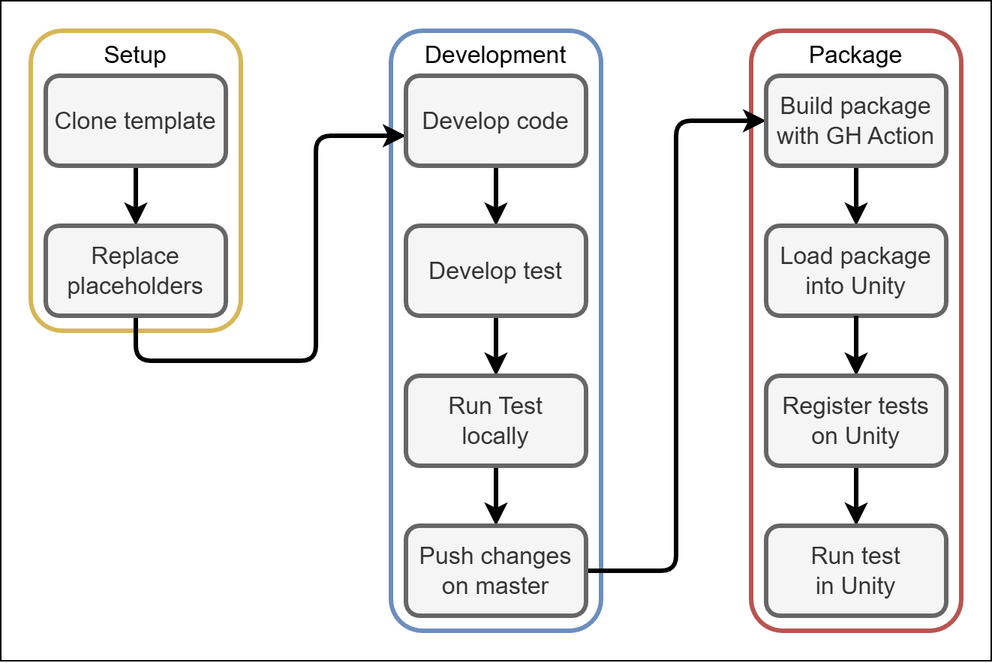
Earlier version of the draw.io export img/workflow.png (MCallagher/unity-upm-package-template). Source tidied: cells renumbered, new cells last; positions are measured from the earlier drawing's top-left corner, leaving out a move shared by most shapes. Its diagram source:
```xml
<mxGraphModel>
  <root>
    <mxCell id="0" />
    <mxCell id="1" parent="0" />
    <mxCell id="2" value="m" style="whiteSpace=wrap;html=1;" parent="1" vertex="1">
      <mxGeometry width="660" height="440" as="geometry" />
    </mxCell>
    <mxCell id="3" value="Package" style="rounded=1;whiteSpace=wrap;html=1;strokeWidth=3;fillColor=default;strokeColor=#b85450;fontSize=16;verticalAlign=top;" parent="1" vertex="1">
      <mxGeometry x="500" y="20" width="140" height="400" as="geometry" />
    </mxCell>
    <mxCell id="4" value="Development" style="rounded=1;whiteSpace=wrap;html=1;strokeWidth=3;fillColor=default;strokeColor=#6c8ebf;fontSize=16;verticalAlign=top;" parent="1" vertex="1">
      <mxGeometry x="260" y="20" width="140" height="400" as="geometry" />
    </mxCell>
    <mxCell id="5" value="Setup" style="rounded=1;whiteSpace=wrap;html=1;strokeWidth=3;fillColor=default;strokeColor=#d6b656;fontSize=16;verticalAlign=top;" parent="1" vertex="1">
      <mxGeometry x="20" y="20" width="140" height="200" as="geometry" />
    </mxCell>
    <mxCell id="6" style="edgeStyle=orthogonalEdgeStyle;html=1;strokeWidth=3;" parent="1" edge="1" source="7" target="9">
      <mxGeometry relative="1" as="geometry" />
    </mxCell>
    <mxCell id="7" value="Clone template" style="rounded=1;whiteSpace=wrap;html=1;strokeWidth=3;fillColor=#f5f5f5;fontColor=#333333;strokeColor=#666666;fontSize=16;" parent="1" vertex="1">
      <mxGeometry x="30" y="50" width="120" height="60" as="geometry" />
    </mxCell>
    <mxCell id="8" style="edgeStyle=orthogonalEdgeStyle;html=1;strokeWidth=3;" parent="1" edge="1" source="9" target="11">
      <mxGeometry relative="1" as="geometry">
        <Array as="points">
          <mxPoint x="90" y="240" />
          <mxPoint x="210" y="240" />
          <mxPoint x="210" y="90" />
        </Array>
      </mxGeometry>
    </mxCell>
    <mxCell id="9" value="Replace placeholders" style="rounded=1;whiteSpace=wrap;html=1;strokeWidth=3;fillColor=#f5f5f5;fontColor=#333333;strokeColor=#666666;fontSize=16;" parent="1" vertex="1">
      <mxGeometry x="30" y="150" width="120" height="60" as="geometry" />
    </mxCell>
    <mxCell id="10" style="edgeStyle=orthogonalEdgeStyle;html=1;strokeWidth=3;" parent="1" edge="1" source="11" target="13">
      <mxGeometry relative="1" as="geometry" />
    </mxCell>
    <mxCell id="11" value="Develop code" style="rounded=1;whiteSpace=wrap;html=1;strokeWidth=3;fillColor=#f5f5f5;fontColor=#333333;strokeColor=#666666;fontSize=16;" parent="1" vertex="1">
      <mxGeometry x="270" y="50" width="120" height="60" as="geometry" />
    </mxCell>
    <mxCell id="12" style="edgeStyle=orthogonalEdgeStyle;html=1;strokeWidth=3;" parent="1" edge="1" source="13" target="15">
      <mxGeometry relative="1" as="geometry" />
    </mxCell>
    <mxCell id="13" value="Develop test" style="rounded=1;whiteSpace=wrap;html=1;strokeWidth=3;fillColor=#f5f5f5;fontColor=#333333;strokeColor=#666666;fontSize=16;" parent="1" vertex="1">
      <mxGeometry x="270" y="150" width="120" height="60" as="geometry" />
    </mxCell>
    <mxCell id="14" style="edgeStyle=orthogonalEdgeStyle;html=1;strokeWidth=3;" parent="1" edge="1" source="15" target="17">
      <mxGeometry relative="1" as="geometry" />
    </mxCell>
    <mxCell id="15" value="Run Test&lt;div&gt;locally&lt;/div&gt;" style="rounded=1;whiteSpace=wrap;html=1;strokeWidth=3;fillColor=#f5f5f5;fontColor=#333333;strokeColor=#666666;fontSize=16;" parent="1" vertex="1">
      <mxGeometry x="270" y="250" width="120" height="60" as="geometry" />
    </mxCell>
    <mxCell id="16" style="edgeStyle=orthogonalEdgeStyle;html=1;strokeWidth=3;" parent="1" edge="1" source="17" target="19">
      <mxGeometry relative="1" as="geometry">
        <Array as="points">
          <mxPoint x="450" y="380" />
          <mxPoint x="450" y="80" />
        </Array>
      </mxGeometry>
    </mxCell>
    <mxCell id="17" value="Push changes on master" style="rounded=1;whiteSpace=wrap;html=1;strokeWidth=3;fillColor=#f5f5f5;fontColor=#333333;strokeColor=#666666;fontSize=16;" parent="1" vertex="1">
      <mxGeometry x="270" y="350" width="120" height="60" as="geometry" />
    </mxCell>
    <mxCell id="18" style="edgeStyle=orthogonalEdgeStyle;html=1;strokeWidth=3;" parent="1" edge="1" source="19" target="21">
      <mxGeometry relative="1" as="geometry" />
    </mxCell>
    <mxCell id="19" value="Build package with GH Action" style="rounded=1;whiteSpace=wrap;html=1;strokeWidth=3;fillColor=#f5f5f5;fontColor=#333333;strokeColor=#666666;fontSize=16;" parent="1" vertex="1">
      <mxGeometry x="510" y="50" width="120" height="60" as="geometry" />
    </mxCell>
    <mxCell id="20" style="edgeStyle=orthogonalEdgeStyle;html=1;strokeWidth=3;" parent="1" edge="1" source="24" target="22">
      <mxGeometry relative="1" as="geometry" />
    </mxCell>
    <mxCell id="21" value="Load package into Unity" style="rounded=1;whiteSpace=wrap;html=1;strokeWidth=3;fillColor=#f5f5f5;fontColor=#333333;strokeColor=#666666;fontSize=16;" parent="1" vertex="1">
      <mxGeometry x="510" y="150" width="120" height="60" as="geometry" />
    </mxCell>
    <mxCell id="22" value="Run test&lt;div&gt;in Unity&lt;/div&gt;" style="rounded=1;whiteSpace=wrap;html=1;strokeWidth=3;fillColor=#f5f5f5;fontColor=#333333;strokeColor=#666666;fontSize=16;" parent="1" vertex="1">
      <mxGeometry x="510" y="350" width="120" height="60" as="geometry" />
    </mxCell>
    <mxCell id="23" style="edgeStyle=orthogonalEdgeStyle;html=1;strokeWidth=3;" parent="1" edge="1" source="21" target="24">
      <mxGeometry relative="1" as="geometry" />
    </mxCell>
    <mxCell id="24" value="Register tests on Unity" style="rounded=1;whiteSpace=wrap;html=1;strokeWidth=3;fillColor=#f5f5f5;fontColor=#333333;strokeColor=#666666;fontSize=16;" parent="1" vertex="1">
      <mxGeometry x="510" y="250" width="120" height="60" as="geometry" />
    </mxCell>
  </root>
</mxGraphModel>
```
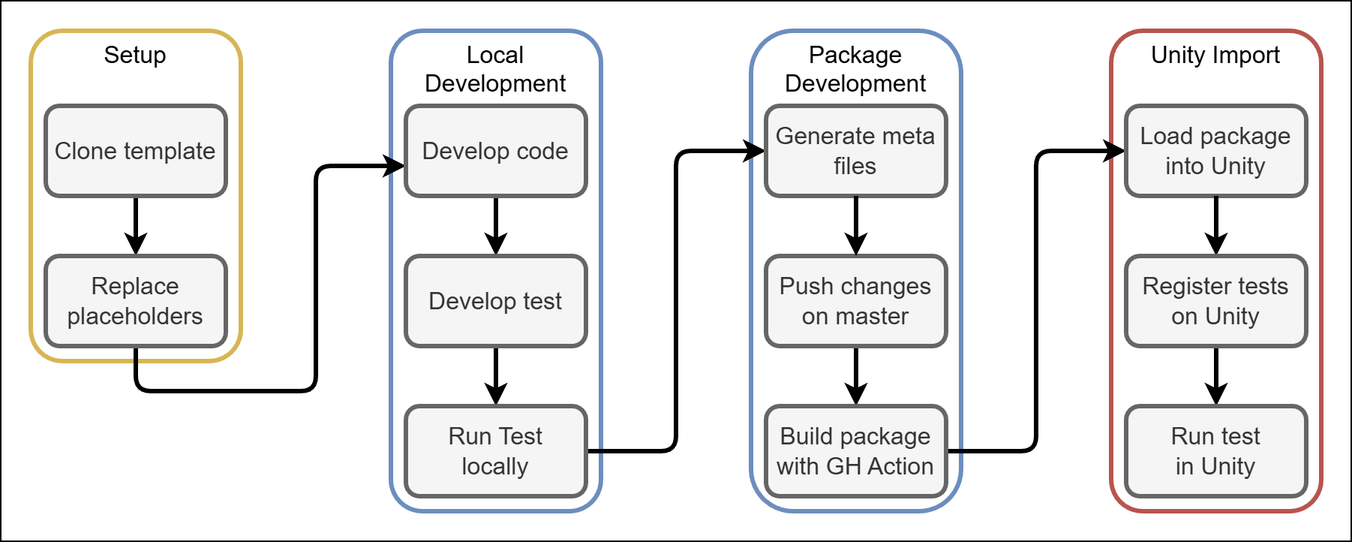
The same diagram one commit later.

Commit message:
Add meta file creation to docs

Diff of the diagram source:
```diff
@@ -2,85 +2,99 @@
   <root>
     <mxCell id="0" />
     <mxCell id="1" parent="0" />
-    <mxCell id="2" value="m" style="whiteSpace=wrap;html=1;" parent="1" vertex="1">
-      <mxGeometry width="660" height="440" as="geometry" />
+    <mxCell id="2" style="whiteSpace=wrap;html=1;" parent="1" vertex="1">
+      <mxGeometry width="900" height="360" as="geometry" />
     </mxCell>
+    <mxCell id="25" value="Package Development" style="rounded=1;whiteSpace=wrap;html=1;strokeWidth=3;fillColor=default;strokeColor=#6c8ebf;fontSize=16;verticalAlign=top;arcSize=20;" parent="1" vertex="1">
+      <mxGeometry x="500" y="20" width="140" height="320" as="geometry" />
+    </mxCell>
-    <mxCell id="3" value="Package" style="rounded=1;whiteSpace=wrap;html=1;strokeWidth=3;fillColor=default;strokeColor=#b85450;fontSize=16;verticalAlign=top;" parent="1" vertex="1">
-      <mxGeometry x="500" y="20" width="140" height="400" as="geometry" />
+    <mxCell id="3" value="Unity Import" style="rounded=1;whiteSpace=wrap;html=1;strokeWidth=3;fillColor=default;strokeColor=#b85450;fontSize=16;verticalAlign=top;" parent="1" vertex="1">
+      <mxGeometry x="740" y="20" width="140" height="320" as="geometry" />
     </mxCell>
-    <mxCell id="4" value="Development" style="rounded=1;whiteSpace=wrap;html=1;strokeWidth=3;fillColor=default;strokeColor=#6c8ebf;fontSize=16;verticalAlign=top;" parent="1" vertex="1">
-      <mxGeometry x="260" y="20" width="140" height="400" as="geometry" />
+    <mxCell id="4" value="&amp;nbsp;Local&amp;nbsp; Development" style="rounded=1;whiteSpace=wrap;html=1;strokeWidth=3;fillColor=default;strokeColor=#6c8ebf;fontSize=16;verticalAlign=top;" parent="1" vertex="1">
+      <mxGeometry x="260" y="20" width="140" height="320" as="geometry" />
     </mxCell>
     <mxCell id="5" value="Setup" style="rounded=1;whiteSpace=wrap;html=1;strokeWidth=3;fillColor=default;strokeColor=#d6b656;fontSize=16;verticalAlign=top;" parent="1" vertex="1">
-      <mxGeometry x="20" y="20" width="140" height="200" as="geometry" />
+      <mxGeometry x="20" y="20" width="140" height="220" as="geometry" />
     </mxCell>
     <mxCell id="6" style="edgeStyle=orthogonalEdgeStyle;html=1;strokeWidth=3;" parent="1" edge="1" source="7" target="9">
       <mxGeometry relative="1" as="geometry" />
     </mxCell>
     <mxCell id="7" value="Clone template" style="rounded=1;whiteSpace=wrap;html=1;strokeWidth=3;fillColor=#f5f5f5;fontColor=#333333;strokeColor=#666666;fontSize=16;" parent="1" vertex="1">
-      <mxGeometry x="30" y="50" width="120" height="60" as="geometry" />
+      <mxGeometry x="30" y="70" width="120" height="60" as="geometry" />
     </mxCell>
     <mxCell id="8" style="edgeStyle=orthogonalEdgeStyle;html=1;strokeWidth=3;" parent="1" edge="1" source="9" target="11">
       <mxGeometry relative="1" as="geometry">
         <Array as="points">
-          <mxPoint x="90" y="240" />
-          <mxPoint x="210" y="240" />
-          <mxPoint x="210" y="90" />
+          <mxPoint x="90" y="260" />
+          <mxPoint x="210" y="260" />
+          <mxPoint x="210" y="110" />
         </Array>
       </mxGeometry>
     </mxCell>
     <mxCell id="9" value="Replace placeholders" style="rounded=1;whiteSpace=wrap;html=1;strokeWidth=3;fillColor=#f5f5f5;fontColor=#333333;strokeColor=#666666;fontSize=16;" parent="1" vertex="1">
-      <mxGeometry x="30" y="150" width="120" height="60" as="geometry" />
+      <mxGeometry x="30" y="170" width="120" height="60" as="geometry" />
     </mxCell>
     <mxCell id="10" style="edgeStyle=orthogonalEdgeStyle;html=1;strokeWidth=3;" parent="1" edge="1" source="11" target="13">
       <mxGeometry relative="1" as="geometry" />
     </mxCell>
     <mxCell id="11" value="Develop code" style="rounded=1;whiteSpace=wrap;html=1;strokeWidth=3;fillColor=#f5f5f5;fontColor=#333333;strokeColor=#666666;fontSize=16;" parent="1" vertex="1">
-      <mxGeometry x="270" y="50" width="120" height="60" as="geometry" />
+      <mxGeometry x="270" y="70" width="120" height="60" as="geometry" />
     </mxCell>
     <mxCell id="12" style="edgeStyle=orthogonalEdgeStyle;html=1;strokeWidth=3;" parent="1" edge="1" source="13" target="15">
       <mxGeometry relative="1" as="geometry" />
     </mxCell>
     <mxCell id="13" value="Develop test" style="rounded=1;whiteSpace=wrap;html=1;strokeWidth=3;fillColor=#f5f5f5;fontColor=#333333;strokeColor=#666666;fontSize=16;" parent="1" vertex="1">
-      <mxGeometry x="270" y="150" width="120" height="60" as="geometry" />
+      <mxGeometry x="270" y="170" width="120" height="60" as="geometry" />
     </mxCell>
-    <mxCell id="14" style="edgeStyle=orthogonalEdgeStyle;html=1;strokeWidth=3;" parent="1" edge="1" source="15" target="17">
-      <mxGeometry relative="1" as="geometry" />
+    <mxCell id="14" style="edgeStyle=orthogonalEdgeStyle;html=1;strokeWidth=3;" parent="1" edge="1" source="15" target="26">
+      <mxGeometry relative="1" as="geometry">
+        <Array as="points">
+          <mxPoint x="450" y="300" />
+          <mxPoint x="450" y="100" />
+        </Array>
+      </mxGeometry>
     </mxCell>
     <mxCell id="15" value="Run Test&lt;div&gt;locally&lt;/div&gt;" style="rounded=1;whiteSpace=wrap;html=1;strokeWidth=3;fillColor=#f5f5f5;fontColor=#333333;strokeColor=#666666;fontSize=16;" parent="1" vertex="1">
-      <mxGeometry x="270" y="250" width="120" height="60" as="geometry" />
+      <mxGeometry x="270" y="270" width="120" height="60" as="geometry" />
     </mxCell>
     <mxCell id="16" style="edgeStyle=orthogonalEdgeStyle;html=1;strokeWidth=3;" parent="1" edge="1" source="17" target="19">
-      <mxGeometry relative="1" as="geometry">
-        <Array as="points">
-          <mxPoint x="450" y="380" />
-          <mxPoint x="450" y="80" />
-        </Array>
-      </mxGeometry>
+      <mxGeometry relative="1" as="geometry" />
     </mxCell>
     <mxCell id="17" value="Push changes on master" style="rounded=1;whiteSpace=wrap;html=1;strokeWidth=3;fillColor=#f5f5f5;fontColor=#333333;strokeColor=#666666;fontSize=16;" parent="1" vertex="1">
-      <mxGeometry x="270" y="350" width="120" height="60" as="geometry" />
+      <mxGeometry x="510" y="170" width="120" height="60" as="geometry" />
     </mxCell>
     <mxCell id="18" style="edgeStyle=orthogonalEdgeStyle;html=1;strokeWidth=3;" parent="1" edge="1" source="19" target="21">
-      <mxGeometry relative="1" as="geometry" />
+      <mxGeometry relative="1" as="geometry">
+        <Array as="points">
+          <mxPoint x="690" y="300" />
+          <mxPoint x="690" y="100" />
+        </Array>
+      </mxGeometry>
     </mxCell>
     <mxCell id="19" value="Build package with GH Action" style="rounded=1;whiteSpace=wrap;html=1;strokeWidth=3;fillColor=#f5f5f5;fontColor=#333333;strokeColor=#666666;fontSize=16;" parent="1" vertex="1">
-      <mxGeometry x="510" y="50" width="120" height="60" as="geometry" />
+      <mxGeometry x="510" y="270" width="120" height="60" as="geometry" />
     </mxCell>
     <mxCell id="20" style="edgeStyle=orthogonalEdgeStyle;html=1;strokeWidth=3;" parent="1" edge="1" source="24" target="22">
       <mxGeometry relative="1" as="geometry" />
     </mxCell>
     <mxCell id="21" value="Load package into Unity" style="rounded=1;whiteSpace=wrap;html=1;strokeWidth=3;fillColor=#f5f5f5;fontColor=#333333;strokeColor=#666666;fontSize=16;" parent="1" vertex="1">
-      <mxGeometry x="510" y="150" width="120" height="60" as="geometry" />
+      <mxGeometry x="750" y="70" width="120" height="60" as="geometry" />
     </mxCell>
     <mxCell id="22" value="Run test&lt;div&gt;in Unity&lt;/div&gt;" style="rounded=1;whiteSpace=wrap;html=1;strokeWidth=3;fillColor=#f5f5f5;fontColor=#333333;strokeColor=#666666;fontSize=16;" parent="1" vertex="1">
-      <mxGeometry x="510" y="350" width="120" height="60" as="geometry" />
+      <mxGeometry x="750" y="270" width="120" height="60" as="geometry" />
     </mxCell>
     <mxCell id="23" style="edgeStyle=orthogonalEdgeStyle;html=1;strokeWidth=3;" parent="1" edge="1" source="21" target="24">
       <mxGeometry relative="1" as="geometry" />
     </mxCell>
     <mxCell id="24" value="Register tests on Unity" style="rounded=1;whiteSpace=wrap;html=1;strokeWidth=3;fillColor=#f5f5f5;fontColor=#333333;strokeColor=#666666;fontSize=16;" parent="1" vertex="1">
-      <mxGeometry x="510" y="250" width="120" height="60" as="geometry" />
+      <mxGeometry x="750" y="170" width="120" height="60" as="geometry" />
     </mxCell>
+    <mxCell id="26" value="Generate meta files" style="rounded=1;whiteSpace=wrap;html=1;strokeWidth=3;fillColor=#f5f5f5;fontColor=#333333;strokeColor=#666666;fontSize=16;" parent="1" vertex="1">
+      <mxGeometry x="510" y="70" width="120" height="60" as="geometry" />
+    </mxCell>
+    <mxCell id="27" style="edgeStyle=orthogonalEdgeStyle;html=1;strokeWidth=3;" parent="1" edge="1" source="26" target="17">
+      <mxGeometry relative="1" as="geometry" />
+    </mxCell>
   </root>
 </mxGraphModel>
```
